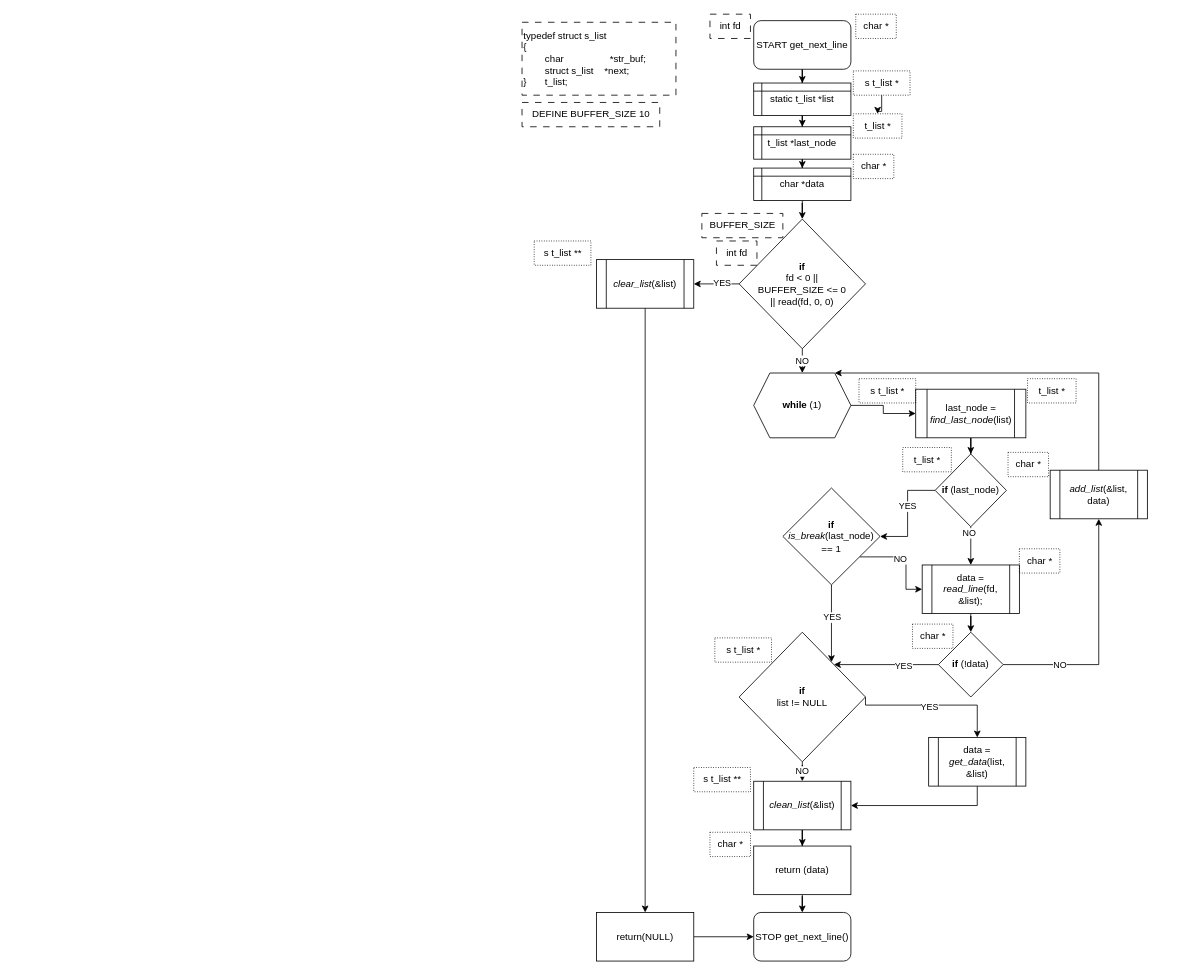
YannickRd/6x7 keeps this draw.io diagram as get_next_line.drawio. Above is the earlier version. Source tidied: cells renumbered, new cells numbered last; positions are measured from the earlier drawing's top-left corner, leaving out a move shared by most shapes. Both pictures are drawn from the tidied source at 81%, with x=0, y=0 at pixel (522, 14).
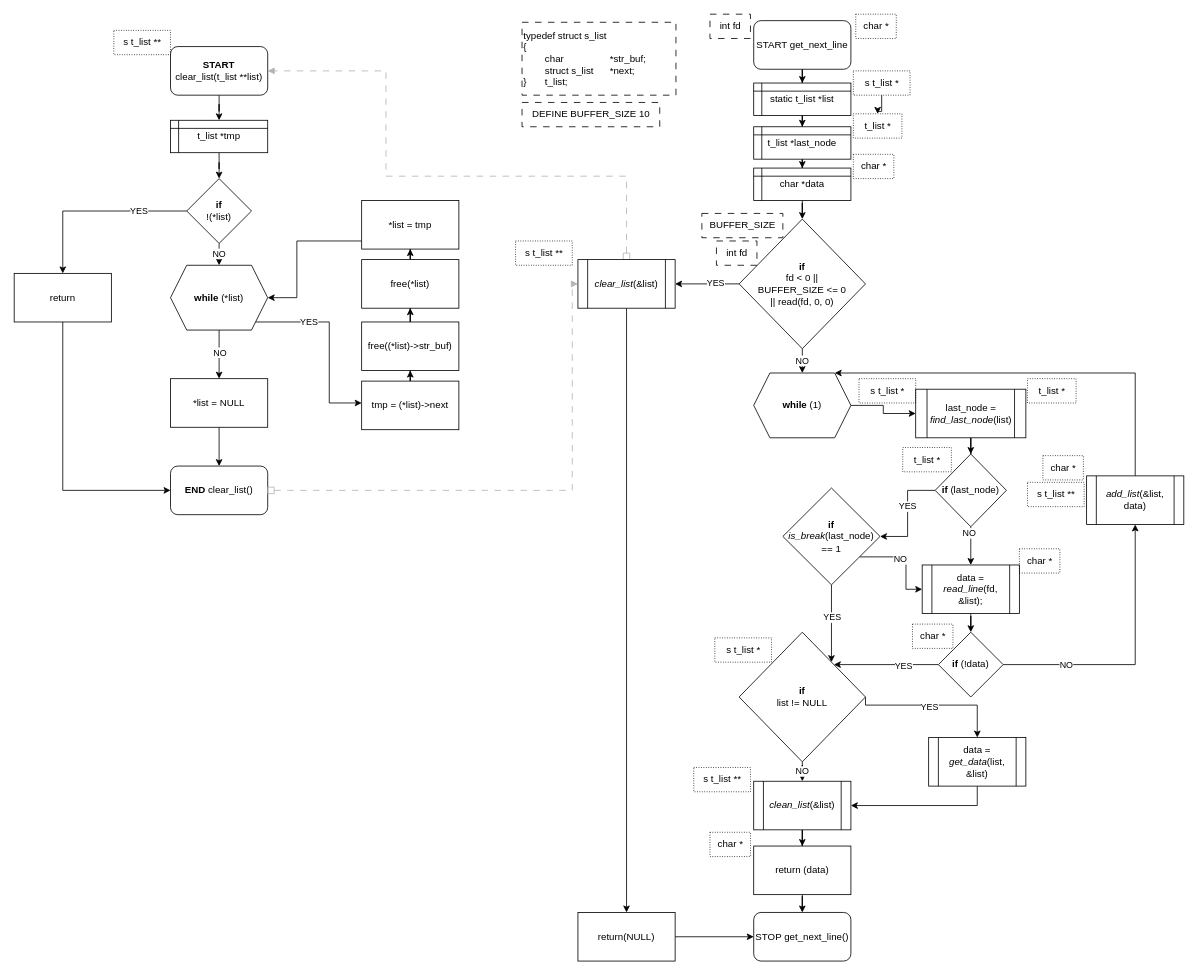
The same page after the edit.

The change refers to these unchanged cells:
```xml
<mxCell id="22" value="&lt;b&gt;while&lt;/b&gt; (1)" style="shape=hexagon;perimeter=hexagonPerimeter2;whiteSpace=wrap;html=1;fixedSize=1;" parent="1" vertex="1">
  <mxGeometry x="286" y="443" width="120" height="80" as="geometry" />
</mxCell>
```

Diff of the diagram source:
```diff
@@
+    <mxCell id="72" style="edgeStyle=orthogonalEdgeStyle;rounded=0;jettySize=auto;html=1;dashed=1;dashPattern=8 8;strokeColor=#B3B3B3;endArrow=block;endFill=1;startArrow=box;startFill=0;" parent="1" edge="1" source="17" target="75">
+      <mxGeometry relative="1" as="geometry">
+        <Array as="points">
+          <mxPoint x="129" y="200" />
+          <mxPoint x="-168" y="200" />
+          <mxPoint x="-168" y="70" />
+        </Array>
+      </mxGeometry>
+    </mxCell>
     <mxCell id="17" value="&lt;i&gt;clear_list&lt;/i&gt;(&amp;amp;list)" style="shape=process;whiteSpace=wrap;html=1;backgroundOutline=1;" parent="1" vertex="1">
-      <mxGeometry x="92" y="303" width="120" height="60" as="geometry" />
+      <mxGeometry x="69" y="303" width="120" height="60" as="geometry" />
     </mxCell>
@@
     <mxCell id="19" value="return(NULL)" style="whiteSpace=wrap;html=1;" parent="1" vertex="1">
-      <mxGeometry x="92" y="1109" width="120" height="60" as="geometry" />
+      <mxGeometry x="69" y="1109" width="120" height="60" as="geometry" />
     </mxCell>
@@
-    <mxCell id="33" value="&lt;div&gt;typedef struct s_list&lt;/div&gt;&lt;div&gt;&lt;span style=&quot;background-color: initial;&quot;&gt;{&lt;/span&gt;&lt;/div&gt;&lt;div&gt;&lt;span style=&quot;white-space: pre;&quot;&gt;&#9;&lt;/span&gt;char&lt;span style=&quot;white-space: pre;&quot;&gt;&#9;&lt;/span&gt;&lt;span style=&quot;white-space: pre;&quot;&gt;&#9;&lt;/span&gt;&lt;span style=&quot;white-space: pre;&quot;&gt;&#9;&lt;/span&gt;*str_buf;&lt;span style=&quot;&quot;&gt;&lt;span style=&quot;white-space: pre;&quot;&gt;&amp;nbsp;&amp;nbsp;&amp;nbsp;&amp;nbsp;&lt;/span&gt;&lt;/span&gt;&lt;span style=&quot;&quot;&gt;&lt;/span&gt;&lt;/div&gt;&lt;div&gt;&lt;span style=&quot;&quot;&gt;&lt;span style=&quot;white-space: pre;&quot;&gt;&#9;&lt;/span&gt;struct s_list&lt;span style=&quot;&quot;&gt;&lt;span style=&quot;white-space: pre;&quot;&gt;&amp;nbsp;&amp;nbsp;&amp;nbsp;&amp;nbsp;&lt;/span&gt;&lt;/span&gt;*next;&lt;/span&gt;&lt;/div&gt;&lt;div&gt;}&lt;span style=&quot;white-space: pre;&quot;&gt;&#9;&lt;/span&gt;t_list;&lt;/div&gt;" style="text;html=1;align=left;verticalAlign=middle;strokeColor=default;fillColor=none;dashed=1;dashPattern=8 8;" parent="1" vertex="1">
+    <mxCell id="33" value="&lt;div&gt;typedef struct s_list&lt;/div&gt;&lt;div&gt;&lt;span style=&quot;background-color: initial;&quot;&gt;{&lt;/span&gt;&lt;/div&gt;&lt;div&gt;&lt;span style=&quot;white-space: pre;&quot;&gt;&#9;&lt;/span&gt;char&lt;span style=&quot;white-space: pre;&quot;&gt;&#9;&lt;/span&gt;&lt;span style=&quot;white-space: pre;&quot;&gt;&#9;&lt;/span&gt;&lt;span style=&quot;white-space: pre;&quot;&gt;&#9;&lt;/span&gt;*str_buf;&lt;span style=&quot;&quot;&gt;&lt;span style=&quot;white-space: pre;&quot;&gt;&amp;nbsp;&amp;nbsp;&amp;nbsp;&amp;nbsp;&lt;/span&gt;&lt;/span&gt;&lt;span style=&quot;&quot;&gt;&lt;/span&gt;&lt;/div&gt;&lt;div&gt;&lt;span style=&quot;&quot;&gt;&lt;span style=&quot;white-space: pre;&quot;&gt;&#9;&lt;/span&gt;struct s_list&lt;span style=&quot;&quot;&gt;&lt;span style=&quot;white-space: pre;&quot;&gt;&amp;nbsp;&amp;nbsp;&amp;nbsp;&amp;nbsp;&lt;span style=&quot;white-space: pre;&quot;&gt;&#9;&lt;/span&gt;&lt;/span&gt;&lt;/span&gt;*next;&lt;/span&gt;&lt;/div&gt;&lt;div&gt;}&lt;span style=&quot;white-space: pre;&quot;&gt;&#9;&lt;/span&gt;t_list;&lt;/div&gt;" style="text;html=1;align=left;verticalAlign=middle;strokeColor=default;fillColor=none;dashed=1;dashPattern=8 8;" parent="1" vertex="1">
       <mxGeometry y="10" width="190" height="90" as="geometry" />
     </mxCell>
@@
-    <mxCell id="55" style="edgeStyle=orthogonalEdgeStyle;rounded=0;jettySize=auto;html=1;" parent="1" edge="1" source="56" target="22">
+    <mxCell id="55" style="edgeStyle=orthogonalEdgeStyle;rounded=0;jettySize=auto;html=1;" parent="1" edge="1" target="22">
       <mxGeometry relative="1" as="geometry">
+        <mxPoint x="757" y="570" as="sourcePoint" />
         <Array as="points">
-          <mxPoint x="712" y="443" />
+          <mxPoint x="757" y="443" />
         </Array>
       </mxGeometry>
     </mxCell>
     <mxCell id="56" value="&lt;i&gt;add_list&lt;/i&gt;(&amp;amp;list, data)" style="shape=process;whiteSpace=wrap;html=1;backgroundOutline=1;" parent="1" vertex="1">
-      <mxGeometry x="652" y="563" width="120" height="60" as="geometry" />
+      <mxGeometry x="697" y="570" width="120" height="60" as="geometry" />
     </mxCell>
@@
     <mxCell id="60" value="s t_list **" style="text;html=1;align=center;verticalAlign=middle;strokeColor=default;fillColor=none;dashed=1;dashPattern=1 2;" parent="1" vertex="1">
-      <mxGeometry x="15" y="280" width="70" height="30" as="geometry" />
+      <mxGeometry x="-8" y="280" width="70" height="30" as="geometry" />
     </mxCell>
@@
     <mxCell id="71" value="char *" style="text;html=1;align=center;verticalAlign=middle;strokeColor=default;fillColor=none;dashed=1;dashPattern=1 2;" parent="1" vertex="1">
-      <mxGeometry x="600" y="541" width="50" height="30" as="geometry" />
+      <mxGeometry x="643" y="545" width="50" height="30" as="geometry" />
     </mxCell>
+    <mxCell id="73" value="s t_list **" style="text;html=1;align=center;verticalAlign=middle;strokeColor=default;fillColor=none;dashed=1;dashPattern=1 2;" parent="1" vertex="1">
+      <mxGeometry x="624" y="578" width="70" height="30" as="geometry" />
+    </mxCell>
+    <mxCell id="74" style="edgeStyle=orthogonalEdgeStyle;rounded=0;jettySize=auto;html=1;" parent="1" edge="1" source="75" target="78">
+      <mxGeometry relative="1" as="geometry" />
+    </mxCell>
+    <mxCell id="75" value="&lt;b&gt;START&lt;/b&gt; clear_list(t_list **list)" style="rounded=1;whiteSpace=wrap;html=1;" parent="1" vertex="1">
+      <mxGeometry x="-434" y="40" width="120" height="60" as="geometry" />
+    </mxCell>
+    <mxCell id="76" value="s t_list **" style="text;html=1;align=center;verticalAlign=middle;strokeColor=default;fillColor=none;dashed=1;dashPattern=1 2;" parent="1" vertex="1">
+      <mxGeometry x="-504" y="20" width="70" height="30" as="geometry" />
+    </mxCell>
+    <mxCell id="77" style="edgeStyle=orthogonalEdgeStyle;rounded=0;jettySize=auto;html=1;" parent="1" edge="1" source="78" target="83">
+      <mxGeometry relative="1" as="geometry" />
+    </mxCell>
+    <mxCell id="78" value="t_list *tmp" style="shape=internalStorage;whiteSpace=wrap;html=1;backgroundOutline=1;dx=10;dy=10;" parent="1" vertex="1">
+      <mxGeometry x="-434" y="131" width="120" height="40" as="geometry" />
+    </mxCell>
+    <mxCell id="79" style="edgeStyle=orthogonalEdgeStyle;rounded=0;jettySize=auto;html=1;" parent="1" edge="1" source="83" target="86">
+      <mxGeometry relative="1" as="geometry" />
+    </mxCell>
+    <mxCell id="80" value="YES" style="edgeLabel;html=1;align=center;verticalAlign=middle;" parent="79" vertex="1">
+      <mxGeometry x="-0.48" y="-1" relative="1" as="geometry" />
+    </mxCell>
+    <mxCell id="81" style="edgeStyle=orthogonalEdgeStyle;rounded=0;jettySize=auto;html=1;" parent="1" edge="1" source="83" target="92">
+      <mxGeometry relative="1" as="geometry" />
+    </mxCell>
+    <mxCell id="82" value="NO" style="edgeLabel;html=1;align=center;verticalAlign=middle;" parent="81" vertex="1">
+      <mxGeometry x="0.42" y="-1" relative="1" as="geometry" />
+    </mxCell>
+    <mxCell id="83" value="&lt;b&gt;if&lt;/b&gt;&lt;br&gt;!(*list)" style="rhombus;whiteSpace=wrap;html=1;" parent="1" vertex="1">
+      <mxGeometry x="-414" y="203" width="80" height="80" as="geometry" />
+    </mxCell>
+    <mxCell id="84" value="&lt;b&gt;END&lt;/b&gt;&amp;nbsp;clear_list()" style="rounded=1;whiteSpace=wrap;html=1;" parent="1" vertex="1">
+      <mxGeometry x="-434" y="557.9" width="120" height="60" as="geometry" />
+    </mxCell>
+    <mxCell id="85" style="edgeStyle=orthogonalEdgeStyle;rounded=0;jettySize=auto;html=1;entryX=0;entryY=0.5;entryDx=0;entryDy=0;" parent="1" edge="1" target="84">
+      <mxGeometry relative="1" as="geometry">
+        <mxPoint x="-567" y="380" as="sourcePoint" />
+        <Array as="points">
+          <mxPoint x="-567" y="588" />
+        </Array>
+      </mxGeometry>
+    </mxCell>
+    <mxCell id="86" value="return" style="rounded=0;whiteSpace=wrap;html=1;" parent="1" vertex="1">
+      <mxGeometry x="-627" y="320" width="120" height="60" as="geometry" />
+    </mxCell>
+    <mxCell id="87" style="edgeStyle=orthogonalEdgeStyle;rounded=0;jettySize=auto;html=1;dashed=1;dashPattern=8 8;strokeColor=#B3B3B3;endArrow=block;endFill=1;startArrow=box;startFill=0;" parent="1" edge="1" source="84" target="17">
+      <mxGeometry relative="1" as="geometry">
+        <Array as="points">
+          <mxPoint x="62" y="588" />
+          <mxPoint x="62" y="333" />
+        </Array>
+      </mxGeometry>
+    </mxCell>
+    <mxCell id="88" style="edgeStyle=orthogonalEdgeStyle;rounded=0;jettySize=auto;html=1;" parent="1" edge="1" source="92" target="94">
+      <mxGeometry relative="1" as="geometry" />
+    </mxCell>
+    <mxCell id="89" value="NO" style="edgeLabel;html=1;align=center;verticalAlign=middle;" parent="88" vertex="1">
+      <mxGeometry x="-0.12" relative="1" as="geometry">
+        <mxPoint y="1" as="offset" />
+      </mxGeometry>
+    </mxCell>
+    <mxCell id="90" style="edgeStyle=orthogonalEdgeStyle;rounded=0;jettySize=auto;html=1;" parent="1" edge="1" source="92" target="96">
+      <mxGeometry relative="1" as="geometry">
+        <Array as="points">
+          <mxPoint x="-238" y="380" />
+          <mxPoint x="-238" y="480" />
+        </Array>
+      </mxGeometry>
+    </mxCell>
+    <mxCell id="91" value="YES" style="edgeLabel;html=1;align=center;verticalAlign=middle;" parent="90" vertex="1">
+      <mxGeometry x="-0.44" y="2" relative="1" as="geometry">
+        <mxPoint y="1" as="offset" />
+      </mxGeometry>
+    </mxCell>
+    <mxCell id="92" value="&lt;b&gt;while&lt;/b&gt;&amp;nbsp;(*list)" style="shape=hexagon;perimeter=hexagonPerimeter2;whiteSpace=wrap;html=1;fixedSize=1;" parent="1" vertex="1">
+      <mxGeometry x="-434" y="310" width="120" height="80" as="geometry" />
+    </mxCell>
+    <mxCell id="93" style="edgeStyle=orthogonalEdgeStyle;rounded=0;jettySize=auto;html=1;" parent="1" edge="1" source="94" target="84">
+      <mxGeometry relative="1" as="geometry" />
+    </mxCell>
+    <mxCell id="94" value="*list = NULL" style="rounded=0;whiteSpace=wrap;html=1;" parent="1" vertex="1">
+      <mxGeometry x="-434" y="450" width="120" height="60" as="geometry" />
+    </mxCell>
+    <mxCell id="95" style="edgeStyle=orthogonalEdgeStyle;rounded=0;jettySize=auto;html=1;" parent="1" edge="1" source="96" target="98">
+      <mxGeometry relative="1" as="geometry" />
+    </mxCell>
+    <mxCell id="96" value="tmp = (*list)-&amp;gt;next" style="whiteSpace=wrap;html=1;" parent="1" vertex="1">
+      <mxGeometry x="-198" y="453" width="120" height="60" as="geometry" />
+    </mxCell>
+    <mxCell id="97" style="edgeStyle=orthogonalEdgeStyle;rounded=0;jettySize=auto;html=1;" parent="1" edge="1" source="98" target="100">
+      <mxGeometry relative="1" as="geometry" />
+    </mxCell>
+    <mxCell id="98" value="free((*list)-&amp;gt;str_buf)" style="whiteSpace=wrap;html=1;" parent="1" vertex="1">
+      <mxGeometry x="-198" y="380" width="120" height="60" as="geometry" />
+    </mxCell>
+    <mxCell id="99" style="edgeStyle=orthogonalEdgeStyle;rounded=0;jettySize=auto;html=1;" parent="1" edge="1" source="100" target="102">
+      <mxGeometry relative="1" as="geometry" />
+    </mxCell>
+    <mxCell id="100" value="free(*list)" style="whiteSpace=wrap;html=1;" parent="1" vertex="1">
+      <mxGeometry x="-198" y="303" width="120" height="60" as="geometry" />
+    </mxCell>
+    <mxCell id="101" style="edgeStyle=orthogonalEdgeStyle;rounded=0;jettySize=auto;html=1;" parent="1" edge="1" source="102" target="92">
+      <mxGeometry relative="1" as="geometry">
+        <Array as="points">
+          <mxPoint x="-278" y="280" />
+        </Array>
+      </mxGeometry>
+    </mxCell>
+    <mxCell id="102" value="*list = tmp" style="whiteSpace=wrap;html=1;" parent="1" vertex="1">
+      <mxGeometry x="-198" y="230" width="120" height="60" as="geometry" />
+    </mxCell>
```
